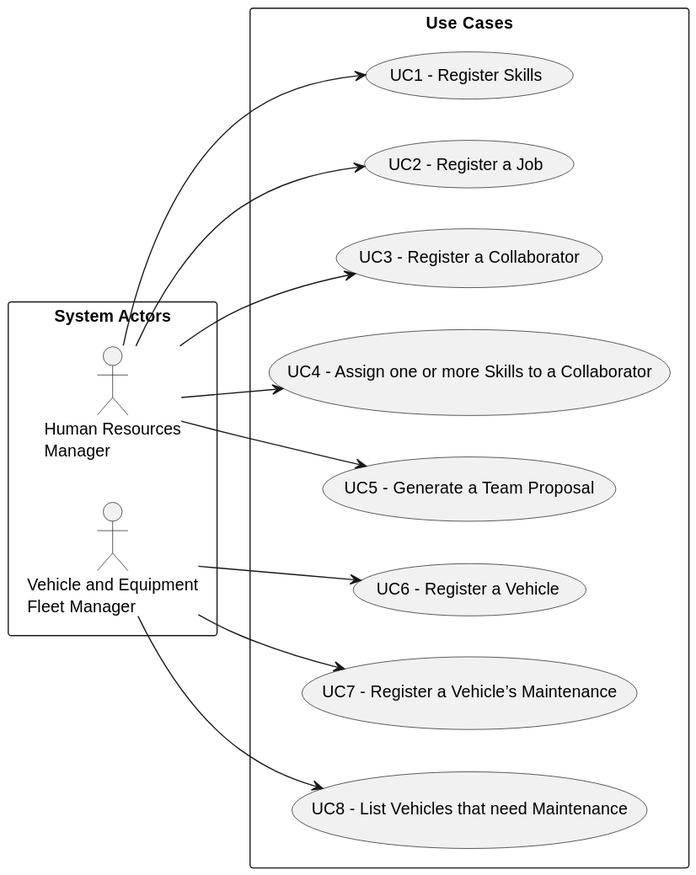
Before: docs/sprintB/global-artifacts/01.requirements-engineering/svg/use-case-diagram.svg, a diagram exported from PlantUML (diogoveirospro/lei-24-s2-1dg-g072).
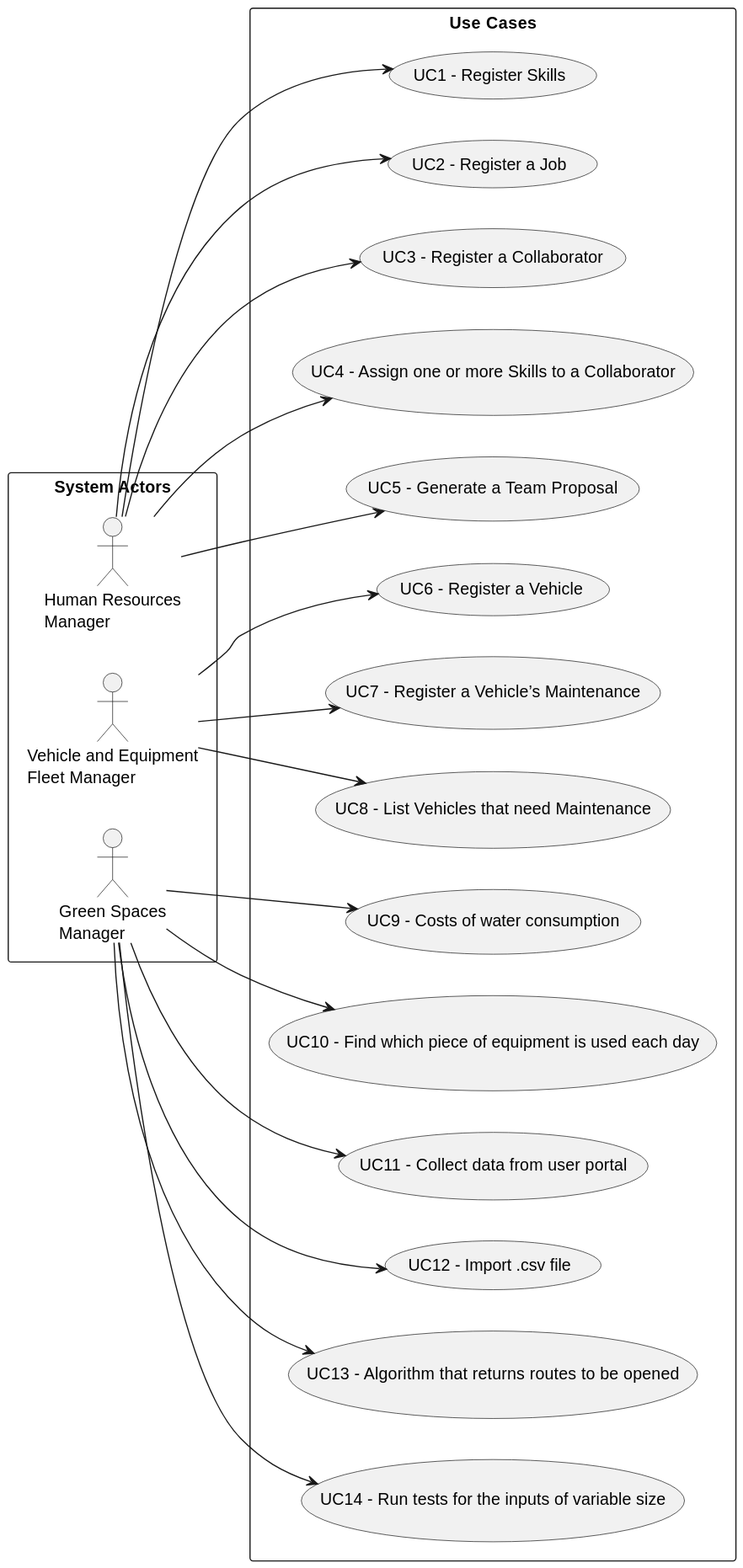
After the change.

Commit message:
Updated the use case diagram, updated US01 and US02 analyses

What changed in the source:
```diff
@@ -8,6 +8,7 @@
 rectangle "System Actors" as actors {
     actor "Human Resources\nManager" as HRM
     actor "Vehicle and Equipment\nFleet Manager" as VFM
+    actor "Green Spaces\nManager" as GSM
 }
 
 
@@ -35,5 +36,23 @@
 
     usecase "UC8 - List Vehicles that need Maintenance" as UC8
     VFM --> UC8
+
+    usecase "UC9 - Costs of water consumption" as UC9
+    GSM --> UC9
+
+    usecase "UC10 - Find which piece of equipment is used each day" as UC10
+    GSM --> UC10
+
+    usecase "UC11 - Collect data from user portal" as UC11
+    GSM --> UC11
+
+    usecase "UC12 - Import .csv file" as UC12
+    GSM --> UC12
+
+    usecase "UC13 - Algorithm that returns routes to be opened" as UC13
+    GSM --> UC13
+
+    usecase "UC14 - Run tests for the inputs of variable size" as UC14
+    GSM --> UC14
 }
 @enduml
```
